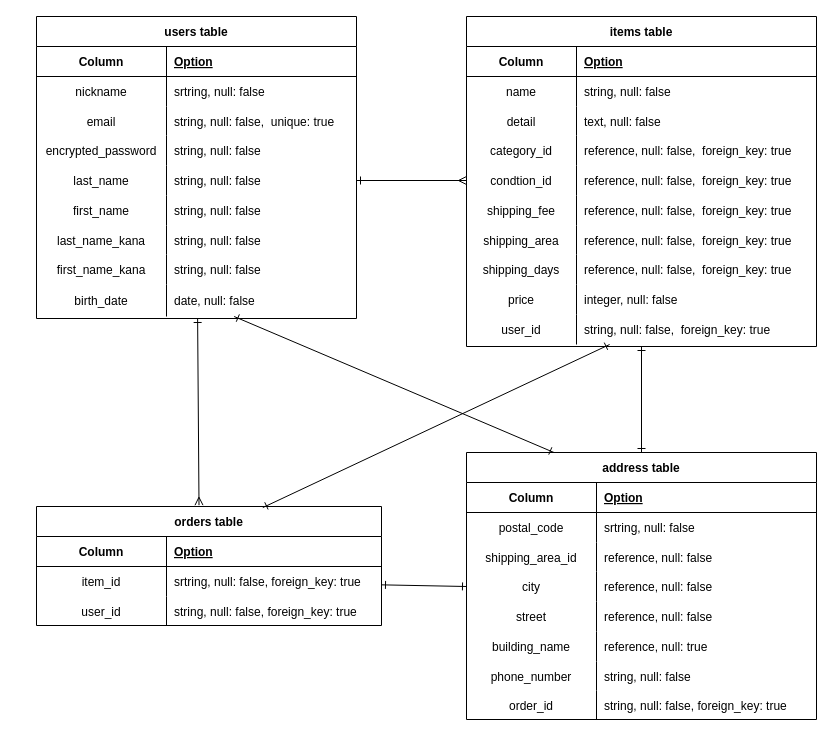
Earlier version of the draw.io diagram test.dio (ralphasinas/furima-38552). Source tidied: cells renumbered, new cells numbered last; positions are measured from the earlier drawing's top-left corner, leaving out a move shared by most shapes. Both pictures are drawn from the tidied source at 100%, with x=0, y=0 at pixel (36, 16).
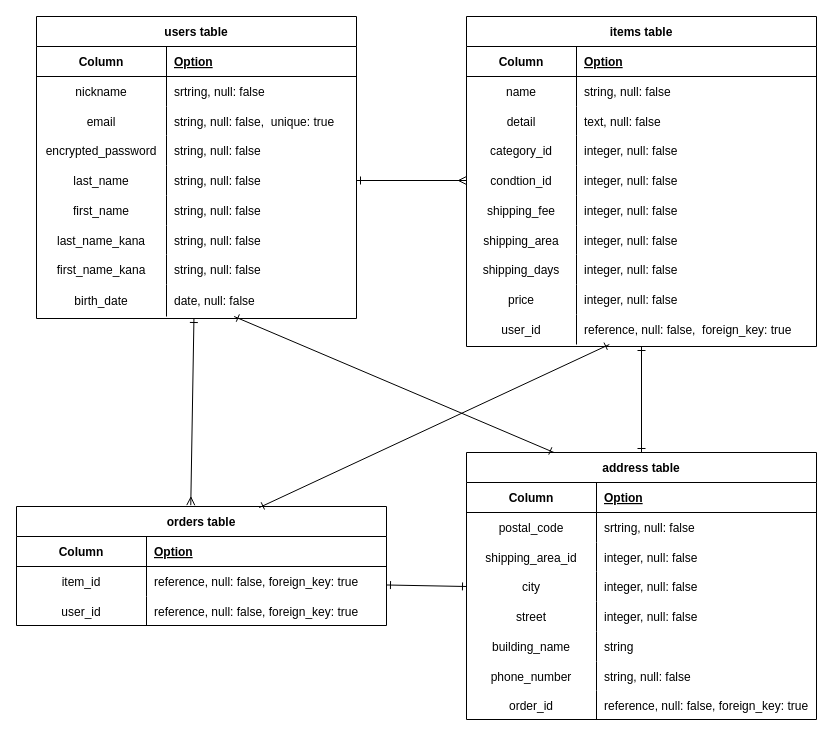
After the change.

The change refers to these unchanged cells:
```xml
<mxCell id="52" style="shape=tableRow;horizontal=0;startSize=0;swimlaneHead=0;swimlaneBody=0;fillColor=none;top=0;left=0;right=0;bottom=0;" parent="42" vertex="1">
  <mxGeometry y="119" width="350" height="30" as="geometry" />
</mxCell>
<mxCell id="55" style="shape=tableRow;horizontal=0;startSize=0;swimlaneHead=0;swimlaneBody=0;fillColor=none;points=[[0,0.5],[1,0.5]];portConstraint=eastwest;top=0;left=0;right=0;bottom=0;" parent="42" vertex="1">
  <mxGeometry y="149" width="350" height="30" as="geometry" />
</mxCell>
<mxCell id="58" style="shape=tableRow;horizontal=0;startSize=0;swimlaneHead=0;swimlaneBody=0;fillColor=none;top=0;left=0;right=0;bottom=0;" parent="42" vertex="1">
  <mxGeometry y="179" width="350" height="30" as="geometry" />
</mxCell>
<mxCell id="61" style="shape=tableRow;horizontal=0;startSize=0;swimlaneHead=0;swimlaneBody=0;fillColor=none;top=0;left=0;right=0;bottom=0;" parent="42" vertex="1">
  <mxGeometry y="209" width="350" height="29" as="geometry" />
</mxCell>
<mxCell id="64" style="shape=tableRow;horizontal=0;startSize=0;swimlaneHead=0;swimlaneBody=0;fillColor=none;top=0;left=0;right=0;bottom=0;" parent="42" vertex="1">
  <mxGeometry y="238" width="350" height="30" as="geometry" />
</mxCell>
<mxCell id="70" style="shape=tableRow;horizontal=0;startSize=0;swimlaneHead=0;swimlaneBody=0;fillColor=none;points=[[0,0.5],[1,0.5]];portConstraint=eastwest;top=0;left=0;right=0;bottom=0;" parent="42" vertex="1">
  <mxGeometry y="298" width="350" height="30" as="geometry" />
</mxCell>
<mxCell id="80" style="shape=tableRow;horizontal=0;startSize=0;swimlaneHead=0;swimlaneBody=0;fillColor=none;top=0;left=0;right=0;bottom=0;" parent="73" vertex="1">
  <mxGeometry y="90" width="350" height="29" as="geometry" />
</mxCell>
<mxCell id="83" style="shape=tableRow;horizontal=0;startSize=0;swimlaneHead=0;swimlaneBody=0;fillColor=none;points=[[0,0.5],[1,0.5]];portConstraint=eastwest;top=0;left=0;right=0;bottom=0;" parent="73" vertex="1">
  <mxGeometry y="119" width="350" height="30" as="geometry" />
</mxCell>
<mxCell id="86" style="shape=tableRow;horizontal=0;startSize=0;swimlaneHead=0;swimlaneBody=0;fillColor=none;top=0;left=0;right=0;bottom=0;" parent="73" vertex="1">
  <mxGeometry y="149" width="350" height="30" as="geometry" />
</mxCell>
<mxCell id="89" style="shape=tableRow;horizontal=0;startSize=0;swimlaneHead=0;swimlaneBody=0;fillColor=none;top=0;left=0;right=0;bottom=0;" parent="73" vertex="1">
  <mxGeometry y="179" width="350" height="30" as="geometry" />
</mxCell>
<mxCell id="95" style="shape=tableRow;horizontal=0;startSize=0;swimlaneHead=0;swimlaneBody=0;fillColor=none;top=0;left=0;right=0;bottom=0;" parent="73" vertex="1">
  <mxGeometry y="238" width="350" height="29" as="geometry" />
</mxCell>
```

Diff of the diagram source:
```diff
@@
     <mxCell id="31" value="orders table" style="shape=table;startSize=30;childLayout=tableLayout;rowLines=0;fontStyle=1;align=center;" parent="1" vertex="1">
-      <mxGeometry y="490" width="345" height="119" as="geometry" />
+      <mxGeometry x="-20" y="490" width="370" height="119" as="geometry" />
     </mxCell>
     <mxCell id="32" style="shape=tableRow;horizontal=0;startSize=0;swimlaneHead=0;swimlaneBody=0;fillColor=none;top=0;left=0;right=0;bottom=1;" parent="31" vertex="1">
-      <mxGeometry y="30" width="345" height="30" as="geometry" />
+      <mxGeometry y="30" width="370" height="30" as="geometry" />
     </mxCell>
@@
     <mxCell id="34" value="Option" style="shape=partialRectangle;fillColor=none;top=0;left=0;bottom=0;right=0;align=left;spacingLeft=6;fontStyle=5;overflow=hidden;" parent="32" vertex="1">
-      <mxGeometry x="130" width="215" height="30" as="geometry" />
+      <mxGeometry x="130" width="240" height="30" as="geometry" />
     </mxCell>
     <mxCell id="35" style="shape=tableRow;horizontal=0;startSize=0;swimlaneHead=0;swimlaneBody=0;fillColor=none;points=[[0,0.5],[1,0.5]];portConstraint=eastwest;top=0;left=0;right=0;bottom=0;" parent="31" vertex="1">
-      <mxGeometry y="60" width="345" height="30" as="geometry" />
+      <mxGeometry y="60" width="370" height="30" as="geometry" />
     </mxCell>
@@
-    <mxCell id="37" value="srtring, null: false, foreign_key: true" style="shape=partialRectangle;fillColor=none;top=0;left=0;bottom=0;right=0;align=left;spacingLeft=6;overflow=hidden;" parent="35" vertex="1">
-      <mxGeometry x="130" width="215" height="30" as="geometry" />
+    <mxCell id="37" value="reference, null: false, foreign_key: true" style="shape=partialRectangle;fillColor=none;top=0;left=0;bottom=0;right=0;align=left;spacingLeft=6;overflow=hidden;" parent="35" vertex="1">
+      <mxGeometry x="130" width="240" height="30" as="geometry" />
     </mxCell>
     <mxCell id="38" style="shape=tableRow;horizontal=0;startSize=0;swimlaneHead=0;swimlaneBody=0;fillColor=none;top=0;left=0;right=0;bottom=0;" parent="31" vertex="1">
-      <mxGeometry y="90" width="345" height="29" as="geometry" />
+      <mxGeometry y="90" width="370" height="29" as="geometry" />
     </mxCell>
@@
-    <mxCell id="40" value="string, null: false, foreign_key: true" style="shape=partialRectangle;fillColor=none;top=0;left=0;bottom=0;right=0;align=left;spacingLeft=6;overflow=hidden;" parent="38" vertex="1">
-      <mxGeometry x="130" width="215" height="29" as="geometry" />
+    <mxCell id="40" value="reference, null: false, foreign_key: true" style="shape=partialRectangle;fillColor=none;top=0;left=0;bottom=0;right=0;align=left;spacingLeft=6;overflow=hidden;" parent="38" vertex="1">
+      <mxGeometry x="130" width="240" height="29" as="geometry" />
     </mxCell>
@@
-    <mxCell id="54" value="reference, null: false,  foreign_key: true" style="shape=partialRectangle;fillColor=none;top=0;left=0;bottom=0;right=0;align=left;spacingLeft=6;overflow=hidden;" parent="52" vertex="1">
+    <mxCell id="54" value="integer, null: false" style="shape=partialRectangle;fillColor=none;top=0;left=0;bottom=0;right=0;align=left;spacingLeft=6;overflow=hidden;" parent="52" vertex="1">
       <mxGeometry x="110" width="240" height="30" as="geometry" />
     </mxCell>
@@
-    <mxCell id="57" value="reference, null: false,  foreign_key: true" style="shape=partialRectangle;fillColor=none;top=0;left=0;bottom=0;right=0;align=left;spacingLeft=6;overflow=hidden;" parent="55" vertex="1">
+    <mxCell id="57" value="integer, null: false" style="shape=partialRectangle;fillColor=none;top=0;left=0;bottom=0;right=0;align=left;spacingLeft=6;overflow=hidden;" parent="55" vertex="1">
       <mxGeometry x="110" width="240" height="30" as="geometry" />
     </mxCell>
@@
-    <mxCell id="60" value="reference, null: false,  foreign_key: true" style="shape=partialRectangle;fillColor=none;top=0;left=0;bottom=0;right=0;align=left;spacingLeft=6;overflow=hidden;" parent="58" vertex="1">
+    <mxCell id="60" value="integer, null: false" style="shape=partialRectangle;fillColor=none;top=0;left=0;bottom=0;right=0;align=left;spacingLeft=6;overflow=hidden;" parent="58" vertex="1">
       <mxGeometry x="110" width="240" height="30" as="geometry" />
     </mxCell>
@@
-    <mxCell id="63" value="reference, null: false,  foreign_key: true" style="shape=partialRectangle;fillColor=none;top=0;left=0;bottom=0;right=0;align=left;spacingLeft=6;overflow=hidden;" parent="61" vertex="1">
+    <mxCell id="63" value="integer, null: false" style="shape=partialRectangle;fillColor=none;top=0;left=0;bottom=0;right=0;align=left;spacingLeft=6;overflow=hidden;" parent="61" vertex="1">
       <mxGeometry x="110" width="240" height="29" as="geometry" />
     </mxCell>
@@
-    <mxCell id="66" value="reference, null: false,  foreign_key: true" style="shape=partialRectangle;fillColor=none;top=0;left=0;bottom=0;right=0;align=left;spacingLeft=6;overflow=hidden;" parent="64" vertex="1">
+    <mxCell id="66" value="integer, null: false" style="shape=partialRectangle;fillColor=none;top=0;left=0;bottom=0;right=0;align=left;spacingLeft=6;overflow=hidden;" parent="64" vertex="1">
       <mxGeometry x="110" width="240" height="30" as="geometry" />
     </mxCell>
@@
-    <mxCell id="72" value="string, null: false,  foreign_key: true " style="shape=partialRectangle;fillColor=none;top=0;left=0;bottom=0;right=0;align=left;spacingLeft=6;overflow=hidden;" parent="70" vertex="1">
+    <mxCell id="72" value="reference, null: false,  foreign_key: true " style="shape=partialRectangle;fillColor=none;top=0;left=0;bottom=0;right=0;align=left;spacingLeft=6;overflow=hidden;" parent="70" vertex="1">
       <mxGeometry x="110" width="240" height="30" as="geometry" />
     </mxCell>
@@
-    <mxCell id="82" value="reference, null: false" style="shape=partialRectangle;fillColor=none;top=0;left=0;bottom=0;right=0;align=left;spacingLeft=6;overflow=hidden;" parent="80" vertex="1">
+    <mxCell id="82" value="integer, null: false" style="shape=partialRectangle;fillColor=none;top=0;left=0;bottom=0;right=0;align=left;spacingLeft=6;overflow=hidden;" parent="80" vertex="1">
       <mxGeometry x="130" width="220" height="29" as="geometry" />
     </mxCell>
@@
-    <mxCell id="85" value="reference, null: false" style="shape=partialRectangle;fillColor=none;top=0;left=0;bottom=0;right=0;align=left;spacingLeft=6;overflow=hidden;" parent="83" vertex="1">
+    <mxCell id="85" value="integer, null: false" style="shape=partialRectangle;fillColor=none;top=0;left=0;bottom=0;right=0;align=left;spacingLeft=6;overflow=hidden;" parent="83" vertex="1">
       <mxGeometry x="130" width="220" height="30" as="geometry" />
     </mxCell>
@@
-    <mxCell id="88" value="reference, null: false" style="shape=partialRectangle;fillColor=none;top=0;left=0;bottom=0;right=0;align=left;spacingLeft=6;overflow=hidden;" parent="86" vertex="1">
+    <mxCell id="88" value="integer, null: false" style="shape=partialRectangle;fillColor=none;top=0;left=0;bottom=0;right=0;align=left;spacingLeft=6;overflow=hidden;" parent="86" vertex="1">
       <mxGeometry x="130" width="220" height="30" as="geometry" />
     </mxCell>
@@
-    <mxCell id="91" value="reference, null: true" style="shape=partialRectangle;fillColor=none;top=0;left=0;bottom=0;right=0;align=left;spacingLeft=6;overflow=hidden;" parent="89" vertex="1">
+    <mxCell id="91" value="string" style="shape=partialRectangle;fillColor=none;top=0;left=0;bottom=0;right=0;align=left;spacingLeft=6;overflow=hidden;" parent="89" vertex="1">
       <mxGeometry x="130" width="220" height="30" as="geometry" />
     </mxCell>
@@
-    <mxCell id="97" value="string, null: false, foreign_key: true" style="shape=partialRectangle;fillColor=none;top=0;left=0;bottom=0;right=0;align=left;spacingLeft=6;overflow=hidden;" parent="95" vertex="1">
+    <mxCell id="97" value="reference, null: false, foreign_key: true" style="shape=partialRectangle;fillColor=none;top=0;left=0;bottom=0;right=0;align=left;spacingLeft=6;overflow=hidden;" parent="95" vertex="1">
       <mxGeometry x="130" width="220" height="29" as="geometry" />
     </mxCell>
```
